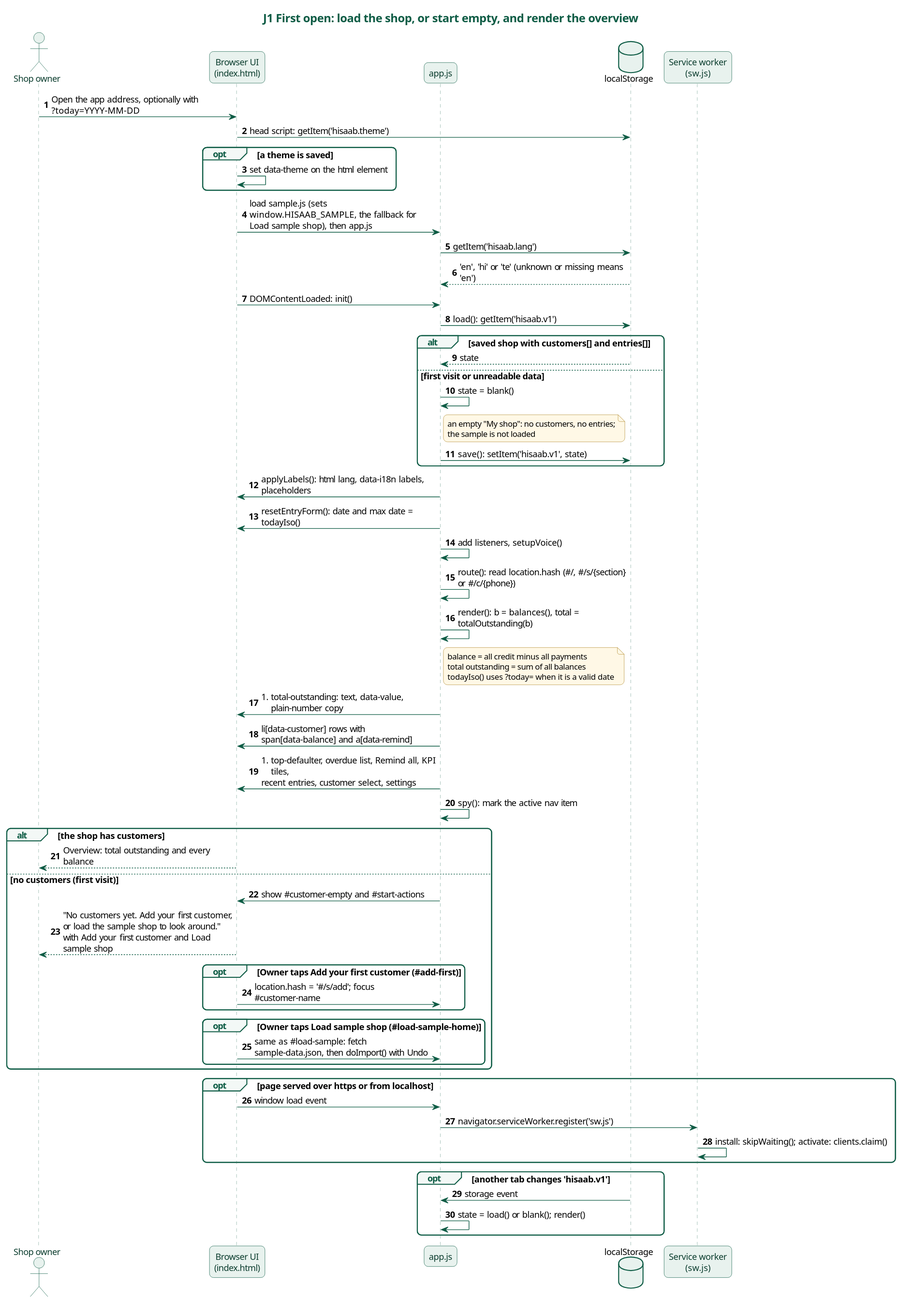
Earlier version of the PlantUML export docs/diagrams/j1-first-open.svg (karwasanjay007/hisaab-docs). The source it was exported from:
```plantuml
@startuml
title J1 First open: load the shop, or start empty, and render the overview
skinparam backgroundColor white
skinparam defaultFontName "Noto Sans"
skinparam defaultFontSize 13
skinparam roundCorner 12
skinparam shadowing false
skinparam maxMessageSize 260
skinparam titleFontSize 17
skinparam titleFontColor #0E5C45
skinparam sequenceMessageAlign left
skinparam responseMessageBelowArrow true
skinparam sequence {
  ArrowColor #0E5C45
  LifeLineBorderColor #7FA89A
  LifeLineBackgroundColor #E8F2EE
  ParticipantBorderColor #0E5C45
  ParticipantBackgroundColor #E8F2EE
  ParticipantFontColor #0B3D2E
  ActorBorderColor #0E5C45
  ActorBackgroundColor #E8F2EE
  ActorFontColor #0B3D2E
  GroupBorderColor #0E5C45
  GroupHeaderFontColor #0E5C45
  GroupBackgroundColor #F3F8F6
  DividerBorderColor #0E5C45
  DividerBackgroundColor #E8F2EE
  DividerFontColor #0B3D2E
  BoxBorderColor #0E5C45
}
skinparam database {
  BorderColor #0E5C45
  BackgroundColor #E8F2EE
}
skinparam note {
  BorderColor #B08A2E
  BackgroundColor #FFF8E6
  FontSize 12
}
actor "Shop owner" as Owner
participant "Browser UI\n(index.html)" as UI
participant "app.js" as App
database "localStorage" as LS
participant "Service worker\n(sw.js)" as SW
autonumber
Owner -> UI : Open the app address, optionally with ?today=YYYY-MM-DD
UI -> LS : head script: getItem('hisaab.theme')
opt a theme is saved
  UI -> UI : set data-theme on the html element
end
UI -> App : load sample.js (sets window.HISAAB_SAMPLE, the fallback for Load sample shop), then app.js
App -> LS : getItem('hisaab.lang')
LS --> App : 'en', 'hi' or 'te' (unknown or missing means 'en')
UI -> App : DOMContentLoaded: init()
App -> LS : load(): getItem('hisaab.v1')
alt saved shop with customers[] and entries[]
  LS --> App : state
else first visit or unreadable data
  App -> App : state = blank()
  note right of App : an empty "My shop": no customers, no entries;\nthe sample is not loaded
  App -> LS : save(): setItem('hisaab.v1', state)
end
App -> UI : applyLabels(): html lang, data-i18n labels, placeholders
App -> UI : resetEntryForm(): date and max date = todayIso()
App -> App : add listeners, setupVoice()
App -> App : route(): read location.hash (#/, #/s/{section} or #/c/{phone})
App -> App : render(): b = balances(), total = totalOutstanding(b)
note right of App
  balance = all credit minus all payments
  total outstanding = sum of all balances
  todayIso() uses ?today= when it is a valid date
end note
App -> UI : #total-outstanding: text, data-value, plain-number copy
App -> UI : li[data-customer] rows with span[data-balance] and a[data-remind]
App -> UI : #top-defaulter, overdue list, Remind all, KPI tiles,\nrecent entries, customer select, settings
App -> App : spy(): mark the active nav item
alt the shop has customers
  UI --> Owner : Overview: total outstanding and every balance
else no customers (first visit)
  App -> UI : show #customer-empty and #start-actions
  UI --> Owner : "No customers yet. Add your first customer, or load the sample shop to look around."\nwith Add your first customer and Load sample shop
  opt Owner taps Add your first customer (#add-first)
    UI -> App : location.hash = '#/s/add'; focus #customer-name
  end
  opt Owner taps Load sample shop (#load-sample-home)
    UI -> App : same as #load-sample: fetch sample-data.json, then doImport() with Undo
  end
end
opt page served over https or from localhost
  UI -> App : window load event
  App -> SW : navigator.serviceWorker.register('sw.js')
  SW -> SW : install: skipWaiting(); activate: clients.claim()
end
opt another tab changes 'hisaab.v1'
  LS -> App : storage event
  App -> App : state = load() or blank(); render()
end
@enduml
```
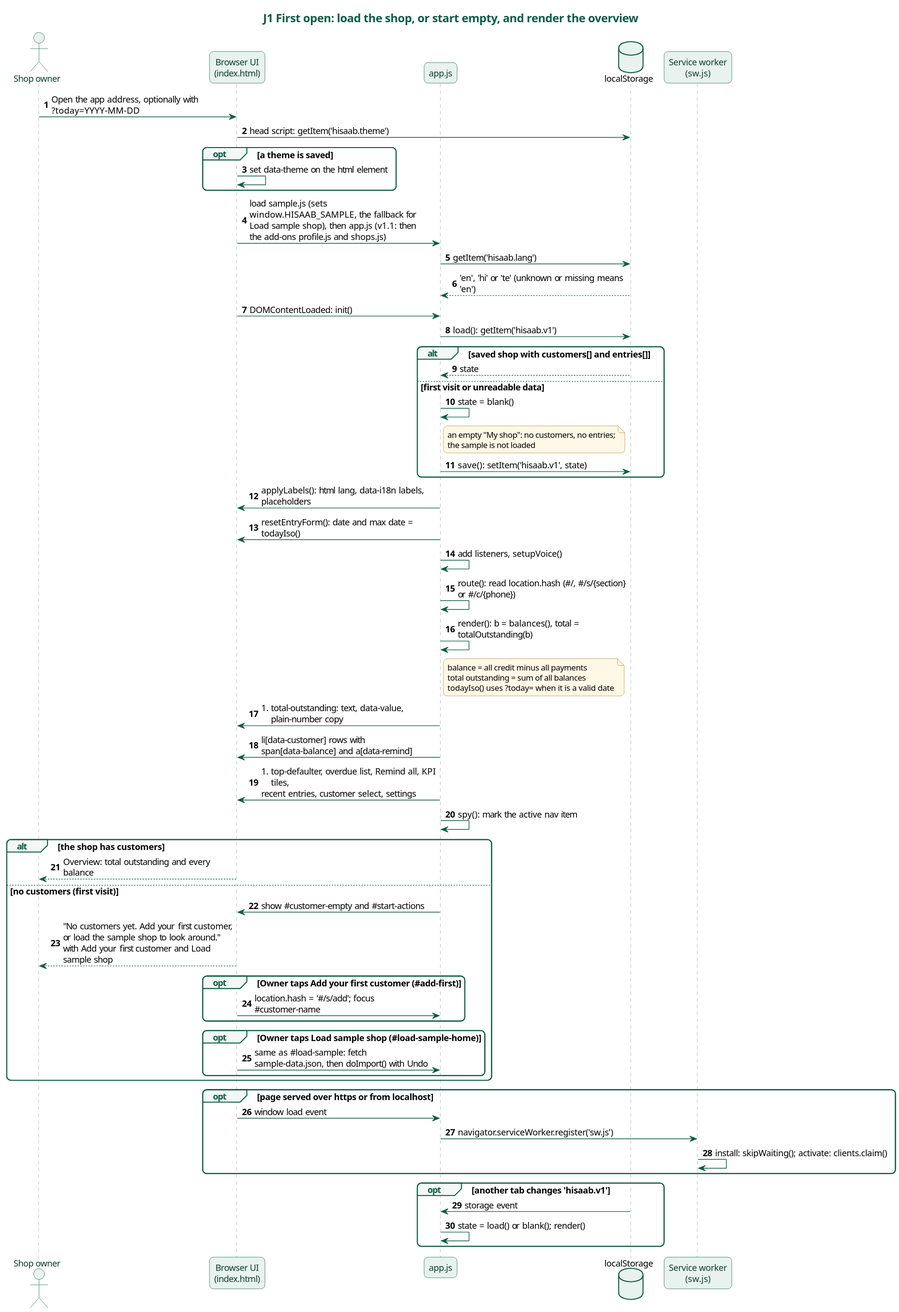
After the commit.

Commit message:
Diagrams for version 1.1.0.0: J1 loads the add-ons, J6 statement carries the shop profile, J9 cache hisaab-v3 with the new files

The edit, as a diff of the source:
```diff
@@ -48,7 +48,7 @@
 opt a theme is saved
   UI -> UI : set data-theme on the html element
 end
-UI -> App : load sample.js (sets window.HISAAB_SAMPLE, the fallback for Load sample shop), then app.js
+UI -> App : load sample.js (sets window.HISAAB_SAMPLE, the fallback for Load sample shop), then app.js (v1.1: then the add-ons profile.js and shops.js)
 App -> LS : getItem('hisaab.lang')
 LS --> App : 'en', 'hi' or 'te' (unknown or missing means 'en')
 UI -> App : DOMContentLoaded: init()
```
